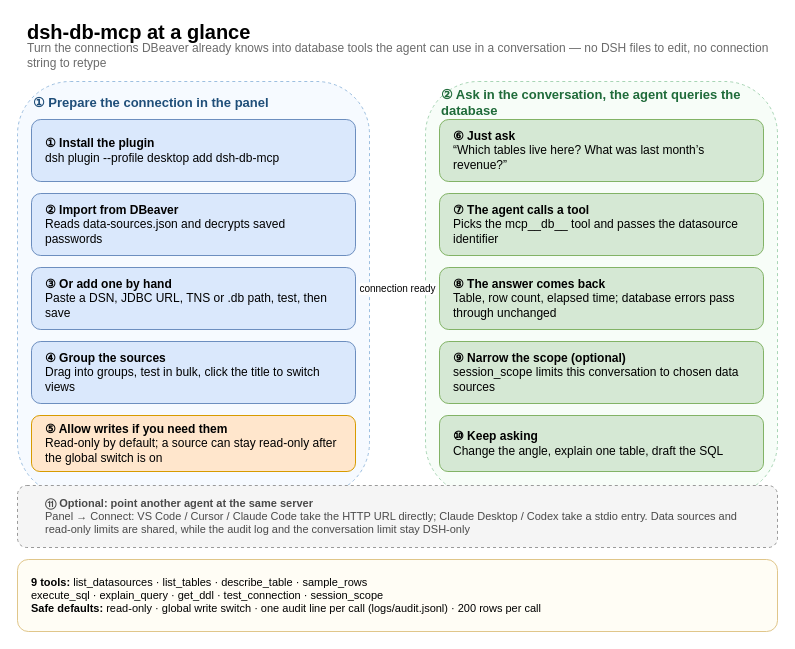
The draw.io diagram page "English" (2 of 2) of docs/usage-guide.drawio in halcyon6669/dsh-db-mcp, before the edit. Source tidied: cells renumbered, new cells numbered last; positions are measured from the earlier drawing's top-left corner, leaving out a move shared by most shapes. Both pictures are drawn from the tidied source at 100%, with x=0, y=0 at pixel (17, 17).
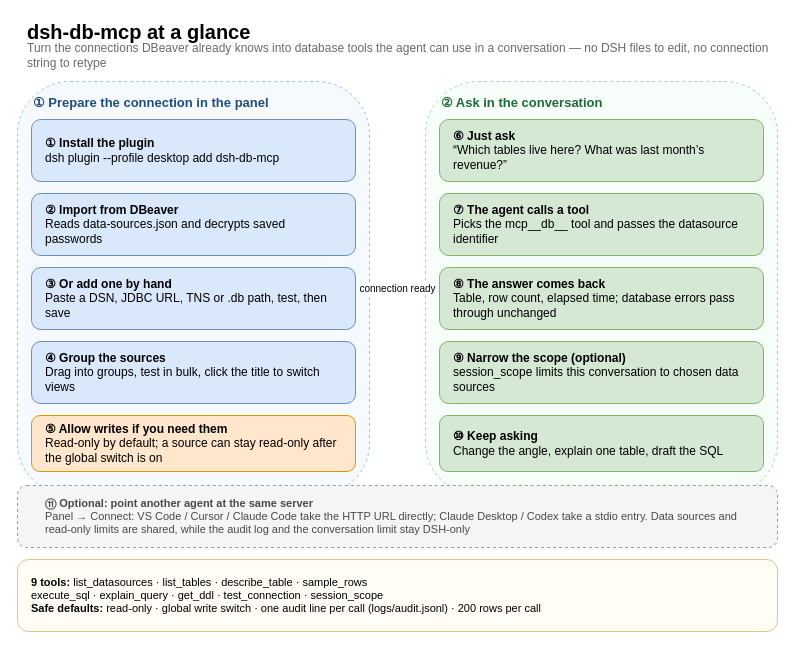
The same diagram, later.

Commit message (it also covers changes not shown here):
docs: ship the usage map in both languages and centre the row-count box

What changed in the source:
```diff
@@
-    <mxCell id="12" value="② Ask in the conversation, the agent queries the database" style="text;fontSize=13;fontStyle=1;align=left;verticalAlign=middle;fontColor=#1f6b3a;whiteSpace=wrap;html=1;" parent="1" vertex="1">
+    <mxCell id="12" value="② Ask in the conversation" style="text;fontSize=13;fontStyle=1;align=left;verticalAlign=middle;fontColor=#1f6b3a;whiteSpace=wrap;html=1;" parent="1" vertex="1">
       <mxGeometry x="422" y="74" width="324" height="22" as="geometry" />
     </mxCell>
```
